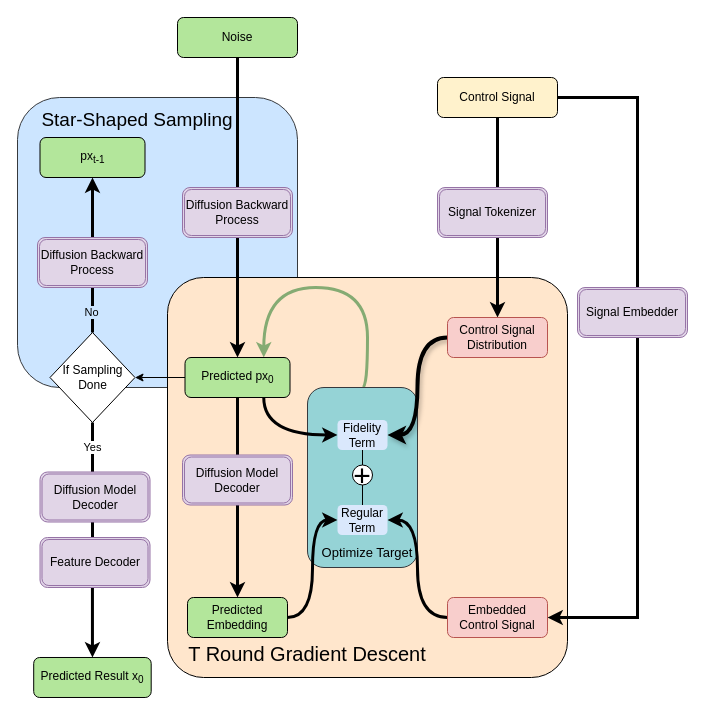
The draw.io diagram 未命名绘图.drawio in DJ-Won/PRC, before the edit. Source tidied: cells renumbered, new cells numbered last; positions are measured from the earlier drawing's top-left corner, leaving out a move shared by most shapes. Both pictures are drawn from the tidied source at 100%, with x=0, y=0 at pixel (17, 17).
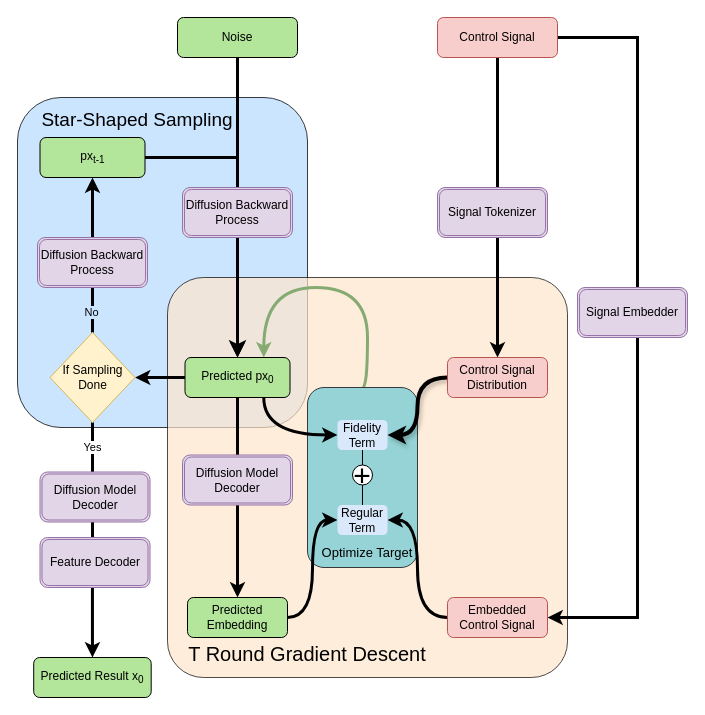
After the change.

Commit message:
更新未命名绘图.drawio

Unchanged cells that the change refers to:
```xml
<mxCell id="13" value="Predicted px&lt;sub&gt;0&lt;/sub&gt;" style="rounded=1;whiteSpace=wrap;html=1;fontSize=12;glass=0;strokeWidth=1;shadow=0;fillColor=#B3E69B;direction=south;strokeColor=default;" parent="1" vertex="1">
  <mxGeometry x="167.5" y="340" width="105" height="40" as="geometry" />
</mxCell>
<mxCell id="17" value="&lt;div&gt;&lt;span style=&quot;background-color: transparent; color: light-dark(rgb(0, 0, 0), rgb(255, 255, 255));&quot;&gt;Embedded Control Signal&lt;/span&gt;&lt;/div&gt;" style="rounded=1;whiteSpace=wrap;html=1;fontSize=12;glass=0;strokeWidth=1;shadow=0;fillColor=#f8cecc;strokeColor=#B85450;" parent="1" vertex="1">
  <mxGeometry x="430" y="580" width="100" height="40" as="geometry" />
</mxCell>
<mxCell id="33" value="px&lt;sub&gt;t-1&lt;/sub&gt;" style="rounded=1;whiteSpace=wrap;html=1;fontSize=12;glass=0;strokeWidth=1;shadow=0;fillColor=#B3E69B;direction=south;strokeColor=default;" parent="1" vertex="1">
  <mxGeometry x="22.5" y="120" width="105" height="40" as="geometry" />
</mxCell>
```

What changed in the source:
```diff
@@
     <mxCell id="2" style="rounded=1;whiteSpace=wrap;html=1;fillColor=#cce5ff;strokeColor=#36393d;" parent="1" vertex="1">
-      <mxGeometry y="80" width="280" height="290" as="geometry" />
+      <mxGeometry y="80" width="290" height="330" as="geometry" />
     </mxCell>
-    <mxCell id="3" style="rounded=1;whiteSpace=wrap;html=1;fillColor=#FFE6CC;arcSize=9;" parent="1" vertex="1">
+    <mxCell id="3" style="rounded=1;whiteSpace=wrap;html=1;fillColor=#FFE6CC;arcSize=9;textOpacity=50;textShadow=0;opacity=70;" parent="1" vertex="1">
       <mxGeometry x="150" y="260" width="400" height="400" as="geometry" />
     </mxCell>
@@
     <mxCell id="7" style="edgeStyle=orthogonalEdgeStyle;rounded=0;jettySize=auto;html=1;exitX=1;exitY=0.5;exitDx=0;exitDy=0;entryX=1;entryY=0.5;entryDx=0;entryDy=0;strokeWidth=3;" parent="1" edge="1" source="8" target="17">
       <mxGeometry relative="1" as="geometry">
         <Array as="points">
-          <mxPoint x="620" y="80" />
+          <mxPoint x="620" y="20" />
           <mxPoint x="620" y="600" />
         </Array>
       </mxGeometry>
     </mxCell>
-    <mxCell id="8" value="Control Signal" style="rounded=1;whiteSpace=wrap;html=1;fontSize=12;glass=0;strokeWidth=1;shadow=0;fillColor=#FFF2CC;strokeColor=default;" parent="1" vertex="1">
-      <mxGeometry x="420" y="60" width="120" height="40" as="geometry" />
+    <mxCell id="8" value="Control Signal" style="rounded=1;whiteSpace=wrap;html=1;fontSize=12;glass=0;strokeWidth=1;shadow=0;fillColor=#F8CECC;strokeColor=#B85450;" parent="1" vertex="1">
+      <mxGeometry x="420" width="120" height="40" as="geometry" />
     </mxCell>
@@
-    <mxCell id="12" style="edgeStyle=orthogonalEdgeStyle;rounded=0;jettySize=auto;html=1;exitX=0.5;exitY=1;exitDx=0;exitDy=0;entryX=1;entryY=0.5;entryDx=0;entryDy=0;" parent="1" edge="1" source="13" target="37">
+    <mxCell id="12" style="edgeStyle=orthogonalEdgeStyle;rounded=0;jettySize=auto;html=1;exitX=0.5;exitY=1;exitDx=0;exitDy=0;entryX=1;entryY=0.5;entryDx=0;entryDy=0;strokeWidth=3;" parent="1" edge="1" source="13" target="37">
       <mxGeometry relative="1" as="geometry" />
     </mxCell>
@@
-    <mxCell id="19" value="Control Signal&lt;div&gt;Distribution&lt;/div&gt;" style="rounded=1;whiteSpace=wrap;html=1;fontSize=12;glass=0;strokeWidth=1;shadow=0;fillColor=#f8cecc;strokeColor=#b85450;" parent="1" vertex="1">
-      <mxGeometry x="430" y="300" width="100" height="40" as="geometry" />
+    <mxCell id="19" value="Control Signal&lt;div&gt;Distribution&lt;/div&gt;" style="rounded=1;whiteSpace=wrap;html=1;fontSize=12;glass=0;strokeWidth=1;shadow=0;fillColor=#f8cecc;strokeColor=#B85450;" parent="1" vertex="1">
+      <mxGeometry x="430" y="340" width="100" height="40" as="geometry" />
     </mxCell>
@@
+    <mxCell id="42" style="edgeStyle=orthogonalEdgeStyle;rounded=0;jettySize=auto;html=1;exitX=0.5;exitY=0;exitDx=0;exitDy=0;entryX=0;entryY=0.5;entryDx=0;entryDy=0;fontSize=12;startSize=8;endSize=8;strokeWidth=3;" parent="1" edge="1" source="33" target="13">
+      <mxGeometry relative="1" as="geometry" />
+    </mxCell>
@@
-    <mxCell id="37" value="If Sampling Done" style="rhombus;whiteSpace=wrap;html=1;" parent="1" vertex="1">
+    <mxCell id="37" value="If Sampling Done" style="rhombus;whiteSpace=wrap;html=1;fillColor=#fff2cc;strokeColor=#d6b656;" parent="1" vertex="1">
       <mxGeometry x="32.5" y="315" width="85" height="90" as="geometry" />
     </mxCell>
```
